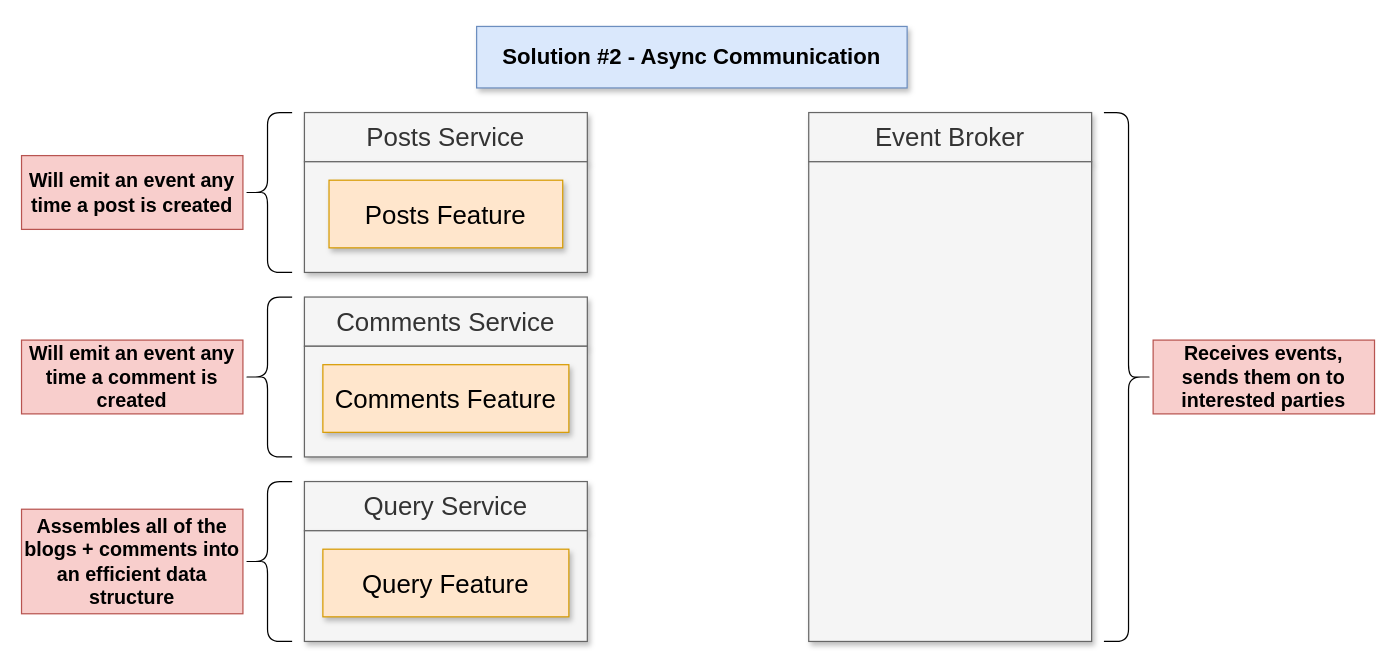
This is page "18 - async" (19 of 26) of week-8/microservices/diagrams/02/diagrams.drawio from nagcloudlab/batch2, a draw.io file, before an edit. Source tidied: cells renumbered, new cells numbered last; positions are measured from the earlier drawing's top-left corner, leaving out a move shared by most shapes. Both pictures are drawn from the tidied source at 123%, with x=0, y=0 at pixel (21, 26).
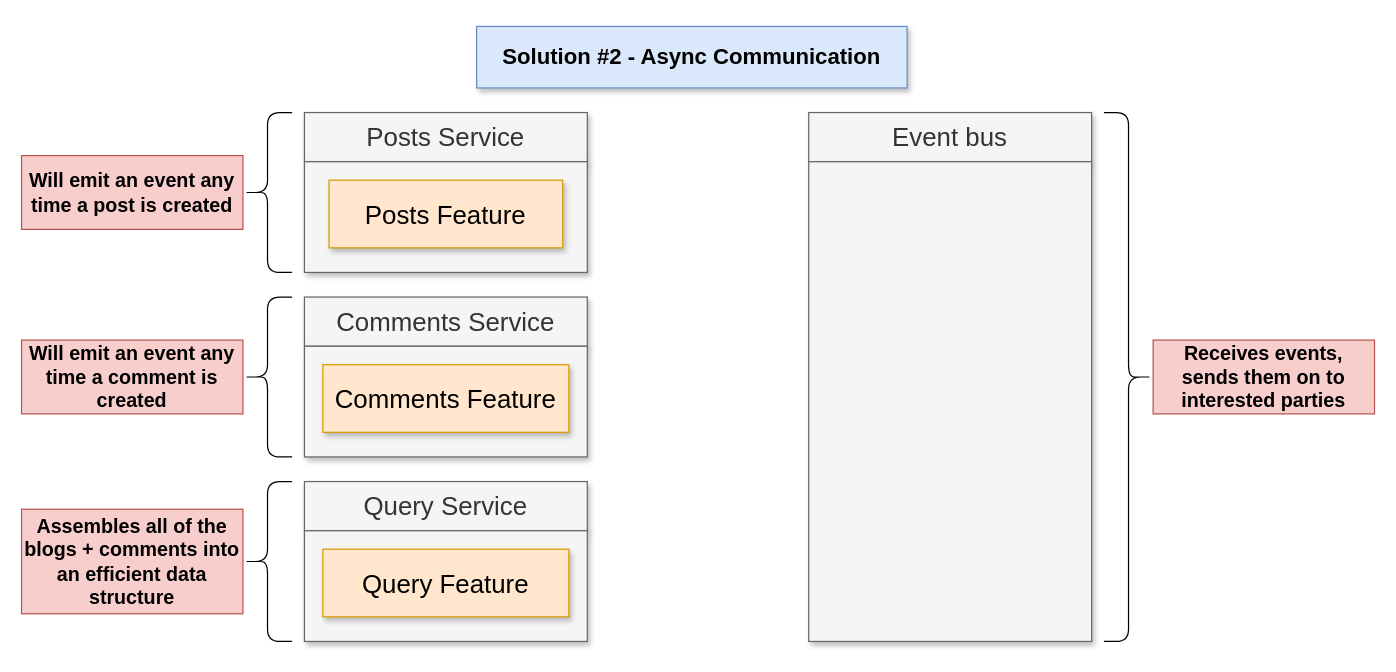
The same diagram, later.

What changed in the source:
```diff
@@
-    <mxCell id="12" value="Event Broker" style="rounded=0;whiteSpace=wrap;html=1;shadow=1;fontSize=21;align=center;fillColor=#f5f5f5;strokeColor=#666666;fontColor=#333333;fontStyle=0;" parent="1" vertex="1">
+    <mxCell id="12" value="Event bus" style="rounded=0;whiteSpace=wrap;html=1;shadow=1;fontSize=21;align=center;fillColor=#f5f5f5;strokeColor=#666666;fontColor=#333333;fontStyle=0;" parent="1" vertex="1">
       <mxGeometry x="640" y="70" width="230" height="40" as="geometry" />
     </mxCell>
```
